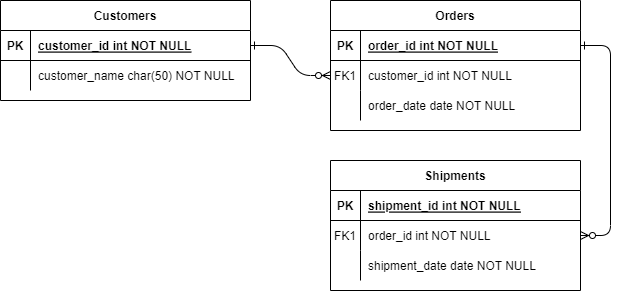
This is src/assets/data/Diagrama sin título.drawio.png from Angels9753/portfolio-FrontEnd, a draw.io export, as it was before one commit. Source tidied: cells renumbered, new cells last; positions are measured from the earlier drawing's top-left corner, leaving out a move shared by most shapes.
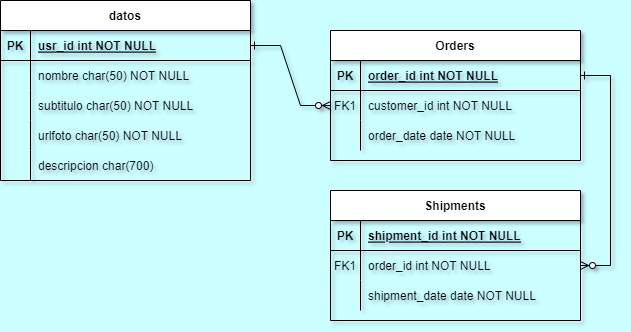
The same diagram one commit later.

What changed in the source:
```diff
@@ -1,93 +1,120 @@
-<mxGraphModel>
+<mxGraphModel background="#CCFFFF" shadow="1">
   <root>
     <mxCell id="0" />
     <mxCell id="1" parent="0" />
-    <mxCell id="2" style="edgeStyle=entityRelationEdgeStyle;endArrow=ERzeroToMany;startArrow=ERone;endFill=1;startFill=0;" parent="1" edge="1" source="25" target="8">
+    <mxCell id="2" style="edgeStyle=entityRelationEdgeStyle;endArrow=ERzeroToMany;startArrow=ERone;endFill=1;startFill=0;rounded=0;" parent="1" edge="1" source="25" target="8">
       <mxGeometry relative="1" as="geometry" />
     </mxCell>
-    <mxCell id="3" style="edgeStyle=entityRelationEdgeStyle;endArrow=ERzeroToMany;startArrow=ERone;endFill=1;startFill=0;" parent="1" edge="1" source="5" target="18">
+    <mxCell id="3" style="edgeStyle=entityRelationEdgeStyle;endArrow=ERzeroToMany;startArrow=ERone;endFill=1;startFill=0;rounded=0;" parent="1" edge="1" source="5" target="18">
       <mxGeometry relative="1" as="geometry" />
     </mxCell>
-    <mxCell id="4" value="Orders" style="shape=table;startSize=30;rowLines=0;fontStyle=1;align=center;" parent="1" vertex="1">
+    <mxCell id="4" value="Orders" style="shape=table;startSize=30;rowLines=0;fontStyle=1;align=center;rounded=0;" parent="1" vertex="1">
       <mxGeometry x="330" width="250" height="130" as="geometry" />
     </mxCell>
-    <mxCell id="5" style="shape=partialRectangle;fillColor=none;points=[[0,0.5],[1,0.5]];portConstraint=eastwest;top=0;left=0;right=0;bottom=1;" parent="4" vertex="1">
+    <mxCell id="5" style="shape=partialRectangle;fillColor=none;points=[[0,0.5],[1,0.5]];portConstraint=eastwest;top=0;left=0;right=0;bottom=1;rounded=0;" parent="4" vertex="1">
       <mxGeometry y="30" width="250" height="30" as="geometry" />
     </mxCell>
-    <mxCell id="6" value="PK" style="shape=partialRectangle;overflow=hidden;fillColor=none;top=0;left=0;bottom=0;right=0;fontStyle=1;" parent="5" vertex="1">
+    <mxCell id="6" value="PK" style="shape=partialRectangle;overflow=hidden;fillColor=none;top=0;left=0;bottom=0;right=0;fontStyle=1;rounded=0;" parent="5" vertex="1">
       <mxGeometry width="30" height="30" as="geometry" />
     </mxCell>
-    <mxCell id="7" value="order_id int NOT NULL " style="shape=partialRectangle;overflow=hidden;fillColor=none;top=0;left=0;bottom=0;right=0;align=left;spacingLeft=6;fontStyle=5;" parent="5" vertex="1">
+    <mxCell id="7" value="order_id int NOT NULL " style="shape=partialRectangle;overflow=hidden;fillColor=none;top=0;left=0;bottom=0;right=0;align=left;spacingLeft=6;fontStyle=5;rounded=0;" parent="5" vertex="1">
       <mxGeometry x="30" width="220" height="30" as="geometry" />
     </mxCell>
-    <mxCell id="8" style="shape=partialRectangle;fillColor=none;points=[[0,0.5],[1,0.5]];portConstraint=eastwest;top=0;left=0;right=0;bottom=0;" parent="4" vertex="1">
+    <mxCell id="8" style="shape=partialRectangle;fillColor=none;points=[[0,0.5],[1,0.5]];portConstraint=eastwest;top=0;left=0;right=0;bottom=0;rounded=0;" parent="4" vertex="1">
       <mxGeometry y="60" width="250" height="30" as="geometry" />
     </mxCell>
-    <mxCell id="9" value="FK1" style="shape=partialRectangle;overflow=hidden;fillColor=none;top=0;left=0;bottom=0;right=0;" parent="8" vertex="1">
+    <mxCell id="9" value="FK1" style="shape=partialRectangle;overflow=hidden;fillColor=none;top=0;left=0;bottom=0;right=0;rounded=0;" parent="8" vertex="1">
       <mxGeometry width="30" height="30" as="geometry" />
     </mxCell>
-    <mxCell id="10" value="customer_id int NOT NULL" style="shape=partialRectangle;overflow=hidden;fillColor=none;top=0;left=0;bottom=0;right=0;align=left;spacingLeft=6;" parent="8" vertex="1">
+    <mxCell id="10" value="customer_id int NOT NULL" style="shape=partialRectangle;overflow=hidden;fillColor=none;top=0;left=0;bottom=0;right=0;align=left;spacingLeft=6;rounded=0;" parent="8" vertex="1">
       <mxGeometry x="30" width="220" height="30" as="geometry" />
     </mxCell>
-    <mxCell id="11" style="shape=partialRectangle;fillColor=none;top=0;left=0;right=0;bottom=0;" parent="4" vertex="1">
+    <mxCell id="11" style="shape=partialRectangle;fillColor=none;top=0;left=0;right=0;bottom=0;rounded=0;" parent="4" vertex="1">
       <mxGeometry y="90" width="250" height="30" as="geometry" />
     </mxCell>
-    <mxCell id="12" style="shape=partialRectangle;overflow=hidden;fillColor=none;top=0;left=0;bottom=0;right=0;" parent="11" vertex="1">
+    <mxCell id="12" style="shape=partialRectangle;overflow=hidden;fillColor=none;top=0;left=0;bottom=0;right=0;rounded=0;" parent="11" vertex="1">
       <mxGeometry width="30" height="30" as="geometry" />
     </mxCell>
-    <mxCell id="13" value="order_date date NOT NULL" style="shape=partialRectangle;overflow=hidden;fillColor=none;top=0;left=0;bottom=0;right=0;align=left;spacingLeft=6;" parent="11" vertex="1">
+    <mxCell id="13" value="order_date date NOT NULL" style="shape=partialRectangle;overflow=hidden;fillColor=none;top=0;left=0;bottom=0;right=0;align=left;spacingLeft=6;rounded=0;" parent="11" vertex="1">
       <mxGeometry x="30" width="220" height="30" as="geometry" />
     </mxCell>
-    <mxCell id="14" value="Shipments" style="shape=table;startSize=30;rowLines=0;fontStyle=1;align=center;" parent="1" vertex="1">
+    <mxCell id="14" value="Shipments" style="shape=table;startSize=30;rowLines=0;fontStyle=1;align=center;rounded=0;" parent="1" vertex="1">
       <mxGeometry x="330" y="160" width="250" height="130" as="geometry" />
     </mxCell>
-    <mxCell id="15" style="shape=partialRectangle;fillColor=none;top=0;left=0;right=0;bottom=1;" parent="14" vertex="1">
+    <mxCell id="15" style="shape=partialRectangle;fillColor=none;top=0;left=0;right=0;bottom=1;rounded=0;" parent="14" vertex="1">
       <mxGeometry y="30" width="250" height="30" as="geometry" />
     </mxCell>
-    <mxCell id="16" value="PK" style="shape=partialRectangle;overflow=hidden;fillColor=none;top=0;left=0;bottom=0;right=0;fontStyle=1;" parent="15" vertex="1">
+    <mxCell id="16" value="PK" style="shape=partialRectangle;overflow=hidden;fillColor=none;top=0;left=0;bottom=0;right=0;fontStyle=1;rounded=0;" parent="15" vertex="1">
       <mxGeometry width="30" height="30" as="geometry" />
     </mxCell>
-    <mxCell id="17" value="shipment_id int NOT NULL " style="shape=partialRectangle;overflow=hidden;fillColor=none;top=0;left=0;bottom=0;right=0;align=left;spacingLeft=6;fontStyle=5;" parent="15" vertex="1">
+    <mxCell id="17" value="shipment_id int NOT NULL " style="shape=partialRectangle;overflow=hidden;fillColor=none;top=0;left=0;bottom=0;right=0;align=left;spacingLeft=6;fontStyle=5;rounded=0;" parent="15" vertex="1">
       <mxGeometry x="30" width="220" height="30" as="geometry" />
     </mxCell>
-    <mxCell id="18" style="shape=partialRectangle;fillColor=none;points=[[0,0.5],[1,0.5]];portConstraint=eastwest;top=0;left=0;right=0;bottom=0;" parent="14" vertex="1">
+    <mxCell id="18" style="shape=partialRectangle;fillColor=none;points=[[0,0.5],[1,0.5]];portConstraint=eastwest;top=0;left=0;right=0;bottom=0;rounded=0;" parent="14" vertex="1">
       <mxGeometry y="60" width="250" height="30" as="geometry" />
     </mxCell>
-    <mxCell id="19" value="FK1" style="shape=partialRectangle;overflow=hidden;fillColor=none;top=0;left=0;bottom=0;right=0;" parent="18" vertex="1">
+    <mxCell id="19" value="FK1" style="shape=partialRectangle;overflow=hidden;fillColor=none;top=0;left=0;bottom=0;right=0;rounded=0;" parent="18" vertex="1">
       <mxGeometry width="30" height="30" as="geometry" />
     </mxCell>
-    <mxCell id="20" value="order_id int NOT NULL" style="shape=partialRectangle;overflow=hidden;fillColor=none;top=0;left=0;bottom=0;right=0;align=left;spacingLeft=6;" parent="18" vertex="1">
+    <mxCell id="20" value="order_id int NOT NULL" style="shape=partialRectangle;overflow=hidden;fillColor=none;top=0;left=0;bottom=0;right=0;align=left;spacingLeft=6;rounded=0;" parent="18" vertex="1">
       <mxGeometry x="30" width="220" height="30" as="geometry" />
     </mxCell>
-    <mxCell id="21" style="shape=partialRectangle;fillColor=none;top=0;left=0;right=0;bottom=0;" parent="14" vertex="1">
+    <mxCell id="21" style="shape=partialRectangle;fillColor=none;top=0;left=0;right=0;bottom=0;rounded=0;" parent="14" vertex="1">
       <mxGeometry y="90" width="250" height="30" as="geometry" />
     </mxCell>
-    <mxCell id="22" style="shape=partialRectangle;overflow=hidden;fillColor=none;top=0;left=0;bottom=0;right=0;" parent="21" vertex="1">
+    <mxCell id="22" style="shape=partialRectangle;overflow=hidden;fillColor=none;top=0;left=0;bottom=0;right=0;rounded=0;" parent="21" vertex="1">
       <mxGeometry width="30" height="30" as="geometry" />
     </mxCell>
-    <mxCell id="23" value="shipment_date date NOT NULL" style="shape=partialRectangle;overflow=hidden;fillColor=none;top=0;left=0;bottom=0;right=0;align=left;spacingLeft=6;" parent="21" vertex="1">
+    <mxCell id="23" value="shipment_date date NOT NULL" style="shape=partialRectangle;overflow=hidden;fillColor=none;top=0;left=0;bottom=0;right=0;align=left;spacingLeft=6;rounded=0;" parent="21" vertex="1">
       <mxGeometry x="30" width="220" height="30" as="geometry" />
     </mxCell>
-    <mxCell id="24" value="Customers" style="shape=table;startSize=30;rowLines=0;fontStyle=1;align=center;" parent="1" vertex="1">
-      <mxGeometry width="250" height="100" as="geometry" />
+    <mxCell id="24" value="datos" style="shape=table;startSize=30;rowLines=0;fontStyle=1;align=center;rounded=0;" parent="1" vertex="1">
+      <mxGeometry y="-30" width="250" height="180" as="geometry" />
     </mxCell>
-    <mxCell id="25" style="shape=partialRectangle;fillColor=none;points=[[0,0.5],[1,0.5]];portConstraint=eastwest;top=0;left=0;right=0;bottom=1;" parent="24" vertex="1">
+    <mxCell id="25" style="shape=partialRectangle;fillColor=none;points=[[0,0.5],[1,0.5]];portConstraint=eastwest;top=0;left=0;right=0;bottom=1;rounded=0;" parent="24" vertex="1">
       <mxGeometry y="30" width="250" height="30" as="geometry" />
     </mxCell>
-    <mxCell id="26" value="PK" style="shape=partialRectangle;overflow=hidden;fillColor=none;top=0;left=0;bottom=0;right=0;fontStyle=1;" parent="25" vertex="1">
+    <mxCell id="26" value="PK" style="shape=partialRectangle;overflow=hidden;fillColor=none;top=0;left=0;bottom=0;right=0;fontStyle=1;rounded=0;" parent="25" vertex="1">
       <mxGeometry width="30" height="30" as="geometry" />
     </mxCell>
-    <mxCell id="27" value="customer_id int NOT NULL " style="shape=partialRectangle;overflow=hidden;fillColor=none;top=0;left=0;bottom=0;right=0;align=left;spacingLeft=6;fontStyle=5;" parent="25" vertex="1">
+    <mxCell id="27" value="usr_id int NOT NULL " style="shape=partialRectangle;overflow=hidden;fillColor=none;top=0;left=0;bottom=0;right=0;align=left;spacingLeft=6;fontStyle=5;rounded=0;" parent="25" vertex="1">
       <mxGeometry x="30" width="220" height="30" as="geometry" />
     </mxCell>
-    <mxCell id="28" style="shape=partialRectangle;fillColor=none;top=0;left=0;right=0;bottom=0;" parent="24" vertex="1">
+    <mxCell id="28" style="shape=partialRectangle;fillColor=none;top=0;left=0;right=0;bottom=0;rounded=0;" parent="24" vertex="1">
       <mxGeometry y="60" width="250" height="30" as="geometry" />
     </mxCell>
-    <mxCell id="29" style="shape=partialRectangle;overflow=hidden;fillColor=none;top=0;left=0;bottom=0;right=0;" parent="28" vertex="1">
+    <mxCell id="29" style="shape=partialRectangle;overflow=hidden;fillColor=none;top=0;left=0;bottom=0;right=0;rounded=0;" parent="28" vertex="1">
       <mxGeometry width="30" height="30" as="geometry" />
     </mxCell>
-    <mxCell id="30" value="customer_name char(50) NOT NULL" style="shape=partialRectangle;overflow=hidden;fillColor=none;top=0;left=0;bottom=0;right=0;align=left;spacingLeft=6;" parent="28" vertex="1">
+    <mxCell id="30" value="nombre char(50) NOT NULL" style="shape=partialRectangle;overflow=hidden;fillColor=none;top=0;left=0;bottom=0;right=0;align=left;spacingLeft=6;rounded=0;" parent="28" vertex="1">
       <mxGeometry x="30" width="220" height="30" as="geometry" />
     </mxCell>
+    <mxCell id="31" style="shape=partialRectangle;fillColor=none;top=0;left=0;right=0;bottom=0;rounded=0;" parent="24" vertex="1">
+      <mxGeometry y="90" width="250" height="30" as="geometry" />
+    </mxCell>
+    <mxCell id="32" style="shape=partialRectangle;overflow=hidden;fillColor=none;top=0;left=0;bottom=0;right=0;rounded=0;" parent="31" vertex="1">
+      <mxGeometry width="30" height="30" as="geometry" />
+    </mxCell>
+    <mxCell id="33" value="subtitulo char(50) NOT NULL" style="shape=partialRectangle;overflow=hidden;fillColor=none;top=0;left=0;bottom=0;right=0;align=left;spacingLeft=6;rounded=0;" parent="31" vertex="1">
+      <mxGeometry x="30" width="220" height="30" as="geometry" />
+    </mxCell>
+    <mxCell id="34" style="shape=partialRectangle;fillColor=none;top=0;left=0;right=0;bottom=0;rounded=0;" parent="24" vertex="1">
+      <mxGeometry y="120" width="250" height="30" as="geometry" />
+    </mxCell>
+    <mxCell id="35" style="shape=partialRectangle;overflow=hidden;fillColor=none;top=0;left=0;bottom=0;right=0;rounded=0;" parent="34" vertex="1">
+      <mxGeometry width="30" height="30" as="geometry" />
+    </mxCell>
+    <mxCell id="36" value="urlfoto char(50) NOT NULL" style="shape=partialRectangle;overflow=hidden;fillColor=none;top=0;left=0;bottom=0;right=0;align=left;spacingLeft=6;rounded=0;" parent="34" vertex="1">
+      <mxGeometry x="30" width="220" height="30" as="geometry" />
+    </mxCell>
+    <mxCell id="37" style="shape=partialRectangle;fillColor=none;top=0;left=0;right=0;bottom=0;rounded=0;" parent="24" vertex="1">
+      <mxGeometry y="150" width="250" height="30" as="geometry" />
+    </mxCell>
+    <mxCell id="38" style="shape=partialRectangle;overflow=hidden;fillColor=none;top=0;left=0;bottom=0;right=0;rounded=0;" parent="37" vertex="1">
+      <mxGeometry width="30" height="30" as="geometry" />
+    </mxCell>
+    <mxCell id="39" value="descripcion char(700) " style="shape=partialRectangle;overflow=hidden;fillColor=none;top=0;left=0;bottom=0;right=0;align=left;spacingLeft=6;rounded=0;" parent="37" vertex="1">
+      <mxGeometry x="30" width="220" height="30" as="geometry" />
+    </mxCell>
   </root>
 </mxGraphModel>
```
